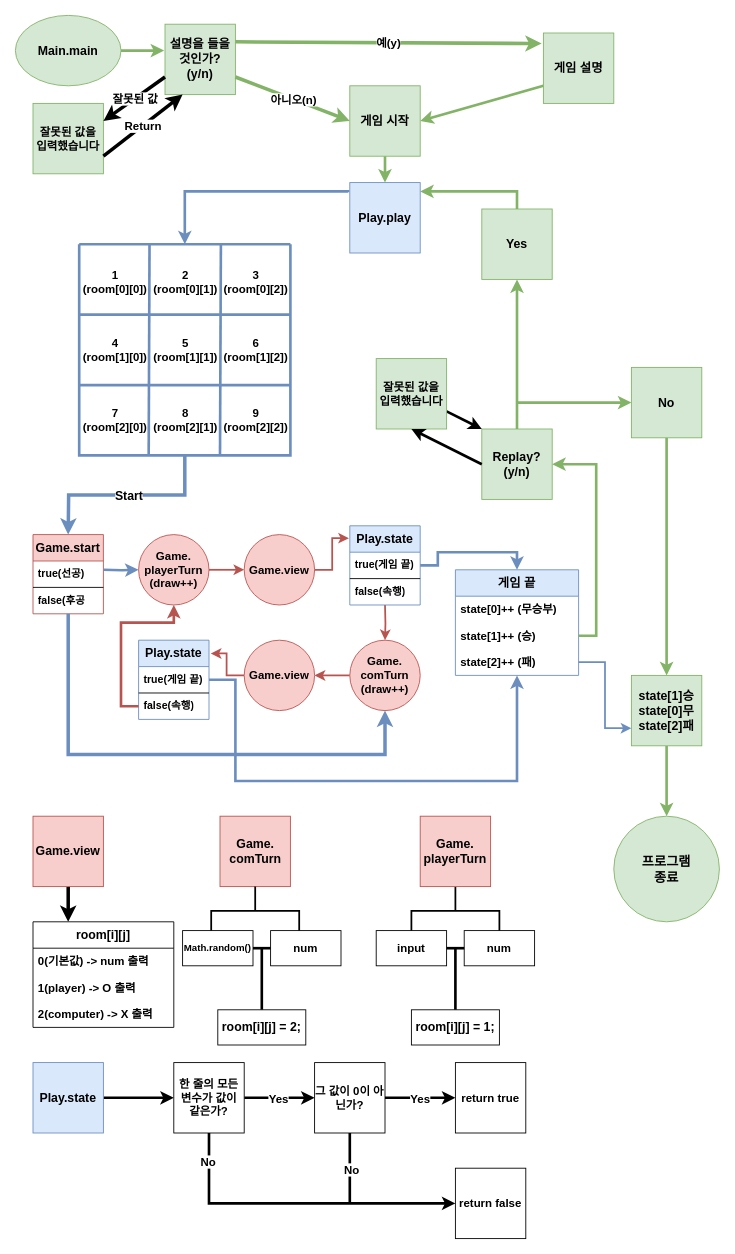
Above: JAVA_Work/Intellij/Myproject/제목 없는 다이어그램.drawio in suidori/GreenCom (draw.io), before the change. Source tidied: cells renumbered, new cells numbered last; positions are measured from the earlier drawing's top-left corner, leaving out a move shared by most shapes. Both pictures are drawn from the tidied source at 88%, with x=0, y=0 at pixel (15, 15).
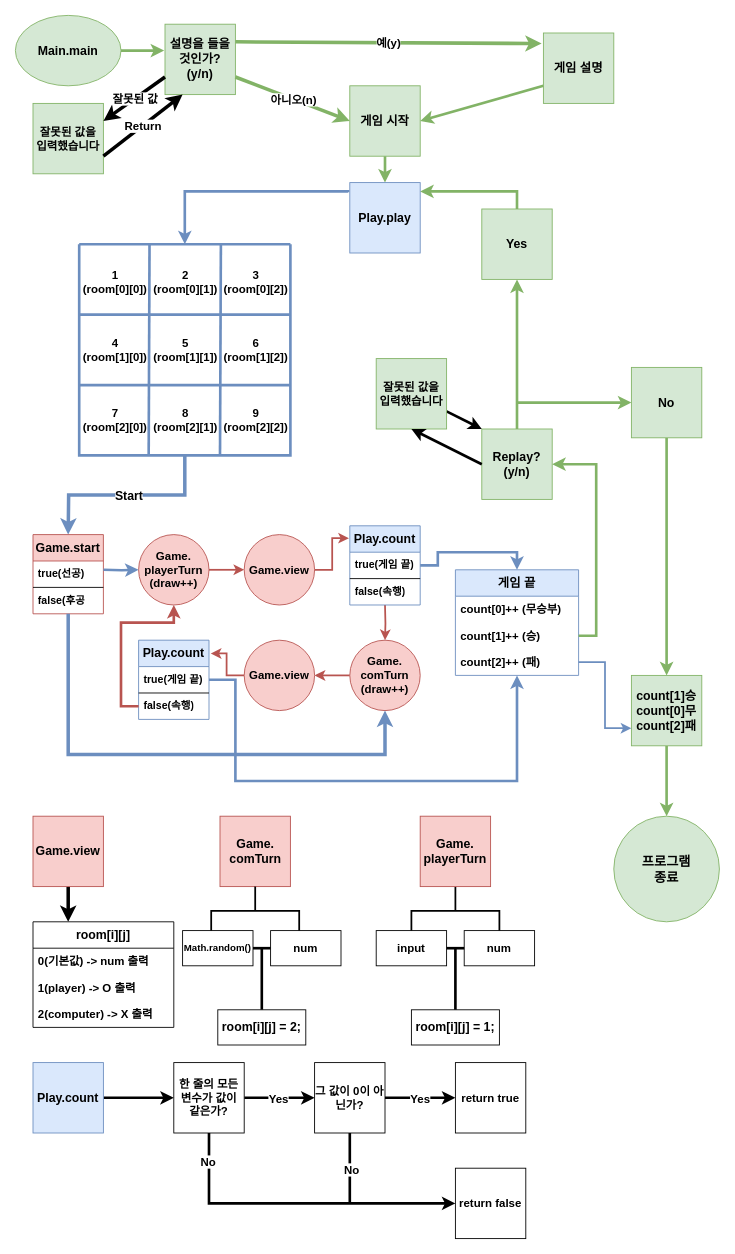
Above is the later version.

The change refers to these unchanged cells:
```xml
<mxCell id="64" value="게임 끝" style="swimlane;fontStyle=1;horizontal=1;startSize=30;whiteSpace=wrap;html=1;fontSize=14;fillColor=#dae8fc;strokeColor=#6c8ebf;" parent="1" vertex="1">
  <mxGeometry x="500" y="630" width="140" height="120" as="geometry" />
</mxCell>
```

Change to the diagram source:
```diff
@@
-    <mxCell id="56" value="Play.state" style="swimlane;fontStyle=1;horizontal=1;startSize=30;whiteSpace=wrap;html=1;fontSize=14;fillColor=#dae8fc;strokeColor=#6c8ebf;" parent="1" vertex="1">
+    <mxCell id="56" value="Play.count" style="swimlane;fontStyle=1;horizontal=1;startSize=30;whiteSpace=wrap;html=1;fontSize=14;fillColor=#dae8fc;strokeColor=#6c8ebf;" parent="1" vertex="1">
       <mxGeometry x="380" y="580" width="80" height="90" as="geometry" />
     </mxCell>
@@
-    <mxCell id="60" value="Play.state" style="swimlane;fontStyle=1;horizontal=1;startSize=30;whiteSpace=wrap;html=1;fontSize=14;fillColor=#dae8fc;strokeColor=#6c8ebf;" parent="1" vertex="1">
+    <mxCell id="60" value="Play.count" style="swimlane;fontStyle=1;horizontal=1;startSize=30;whiteSpace=wrap;html=1;fontSize=14;fillColor=#dae8fc;strokeColor=#6c8ebf;" parent="1" vertex="1">
       <mxGeometry x="140" y="710" width="80" height="90" as="geometry" />
     </mxCell>
@@
-    <mxCell id="65" value="state[0]++ (무승부)" style="text;strokeColor=none;fillColor=none;align=left;verticalAlign=middle;spacingLeft=4;spacingRight=4;overflow=hidden;whiteSpace=wrap;html=1;fontStyle=1;fontSize=13;" parent="64" vertex="1">
+    <mxCell id="65" value="count[0]++ (무승부)" style="text;strokeColor=none;fillColor=none;align=left;verticalAlign=middle;spacingLeft=4;spacingRight=4;overflow=hidden;whiteSpace=wrap;html=1;fontStyle=1;fontSize=13;" parent="64" vertex="1">
       <mxGeometry y="30" width="140" height="30" as="geometry" />
     </mxCell>
-    <mxCell id="66" value="state[1]++ (승)" style="text;strokeColor=none;fillColor=none;align=left;verticalAlign=middle;spacingLeft=4;spacingRight=4;overflow=hidden;points=[[0,0.5],[1,0.5]];portConstraint=eastwest;whiteSpace=wrap;html=1;fontStyle=1;fontSize=13;" parent="64" vertex="1">
+    <mxCell id="66" value="count[1]++ (승)" style="text;strokeColor=none;fillColor=none;align=left;verticalAlign=middle;spacingLeft=4;spacingRight=4;overflow=hidden;points=[[0,0.5],[1,0.5]];portConstraint=eastwest;whiteSpace=wrap;html=1;fontStyle=1;fontSize=13;" parent="64" vertex="1">
       <mxGeometry y="60" width="140" height="30" as="geometry" />
     </mxCell>
-    <mxCell id="67" value="state[2]++ (패)" style="text;strokeColor=none;fillColor=none;align=left;verticalAlign=middle;spacingLeft=4;spacingRight=4;overflow=hidden;points=[[0,0.5],[1,0.5]];portConstraint=eastwest;whiteSpace=wrap;html=1;fontStyle=1;fontSize=13;" parent="64" vertex="1">
+    <mxCell id="67" value="count[2]++ (패)" style="text;strokeColor=none;fillColor=none;align=left;verticalAlign=middle;spacingLeft=4;spacingRight=4;overflow=hidden;points=[[0,0.5],[1,0.5]];portConstraint=eastwest;whiteSpace=wrap;html=1;fontStyle=1;fontSize=13;" parent="64" vertex="1">
       <mxGeometry y="90" width="140" height="30" as="geometry" />
     </mxCell>
@@
-    <mxCell id="92" value="&lt;span style=&quot;font-size: 14px;&quot;&gt;&lt;b&gt;state[1]승&lt;/b&gt;&lt;/span&gt;&lt;div&gt;&lt;b style=&quot;font-size: 14px;&quot;&gt;state[0]무&lt;/b&gt;&lt;span style=&quot;font-size: 14px;&quot;&gt;&lt;b&gt;&lt;br&gt;&lt;/b&gt;&lt;/span&gt;&lt;div&gt;&lt;span style=&quot;font-size: 14px;&quot;&gt;&lt;b&gt;state[2]패&lt;/b&gt;&lt;/span&gt;&lt;/div&gt;&lt;/div&gt;" style="whiteSpace=wrap;html=1;fillColor=#d5e8d4;strokeColor=#82b366;" parent="1" vertex="1">
+    <mxCell id="92" value="&lt;span style=&quot;font-size: 14px;&quot;&gt;&lt;b&gt;count[1]승&lt;/b&gt;&lt;/span&gt;&lt;div&gt;&lt;b style=&quot;font-size: 14px;&quot;&gt;count[0]무&lt;/b&gt;&lt;span style=&quot;font-size: 14px;&quot;&gt;&lt;b&gt;&lt;br&gt;&lt;/b&gt;&lt;/span&gt;&lt;div&gt;&lt;span style=&quot;font-size: 14px;&quot;&gt;&lt;b&gt;count[2]패&lt;/b&gt;&lt;/span&gt;&lt;/div&gt;&lt;/div&gt;" style="whiteSpace=wrap;html=1;fillColor=#d5e8d4;strokeColor=#82b366;" parent="1" vertex="1">
       <mxGeometry x="700" y="750" width="80" height="80" as="geometry" />
     </mxCell>
@@
-    <mxCell id="97" value="Play.state" style="whiteSpace=wrap;html=1;fontStyle=1;fontSize=14;fillColor=#dae8fc;strokeColor=#6c8ebf;" parent="1" vertex="1">
+    <mxCell id="97" value="Play.count" style="whiteSpace=wrap;html=1;fontStyle=1;fontSize=14;fillColor=#dae8fc;strokeColor=#6c8ebf;" parent="1" vertex="1">
       <mxGeometry x="20" y="1190" width="80" height="80" as="geometry" />
     </mxCell>
```
